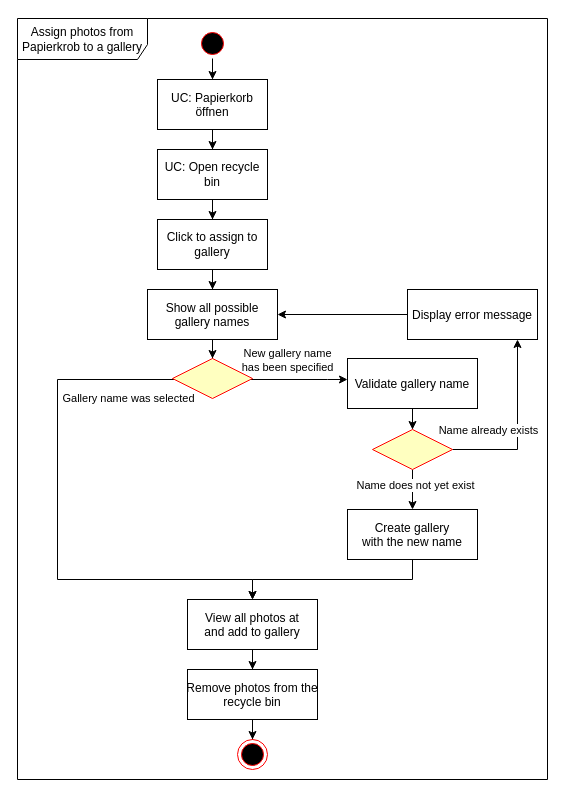
MGuese/tfp-collaboration-platform keeps this draw.io diagram as UseCases/UC Assign photos from the recycle bin to a gallery.drawio. Above is the earlier version. Source tidied: cells renumbered, new cells numbered last; positions are measured from the earlier drawing's top-left corner, leaving out a move shared by most shapes. Both pictures are drawn from the tidied source at 100%, with x=0, y=0 at pixel (17, 18).
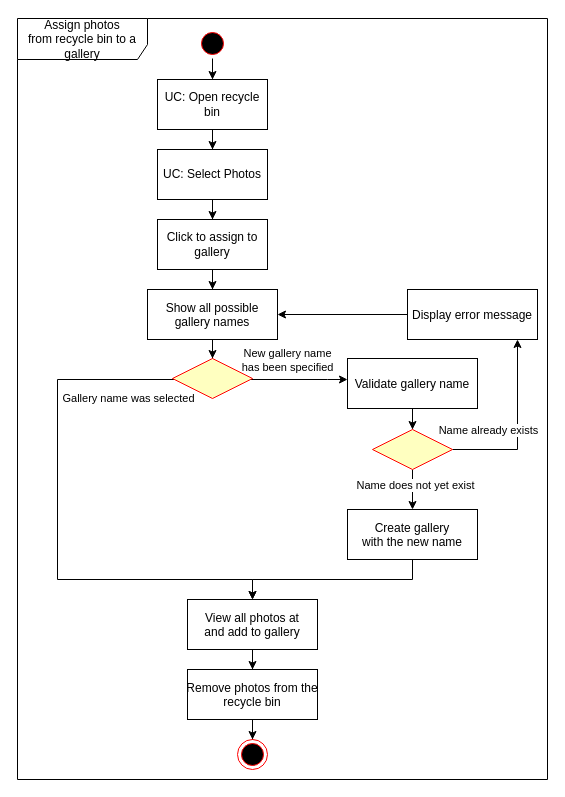
Above is the later version.

The edit, as a diff of the source:
```diff
@@
-    <mxCell id="5" value="UC: Open recycle bin" style="rounded=0;whiteSpace=wrap;" parent="1" vertex="1">
+    <mxCell id="5" value="UC: Select Photos" style="rounded=0;whiteSpace=wrap;" parent="1" vertex="1">
       <mxGeometry x="140" y="131" width="110" height="50" as="geometry" />
     </mxCell>
-    <mxCell id="6" value="Assign photos from Papierkrob to a gallery" style="shape=umlFrame;whiteSpace=wrap;html=1;width=130;height=41;" parent="1" vertex="1">
+    <mxCell id="6" value="Assign photos from&amp;nbsp;&lt;span style=&quot;color: rgb(0, 0, 0);&quot;&gt;recycle bin&lt;/span&gt;&amp;nbsp;to a gallery" style="shape=umlFrame;whiteSpace=wrap;html=1;width=130;height=41;" parent="1" vertex="1">
       <mxGeometry width="530" height="761" as="geometry" />
     </mxCell>
@@
-    <mxCell id="8" value="UC: Papierkorb &#10;öffnen" parent="1" vertex="1">
+    <mxCell id="8" value="UC: Open recycle bin" style="whiteSpace=wrap;" parent="1" vertex="1">
       <mxGeometry x="140" y="61" width="110" height="50" as="geometry" />
     </mxCell>
```
